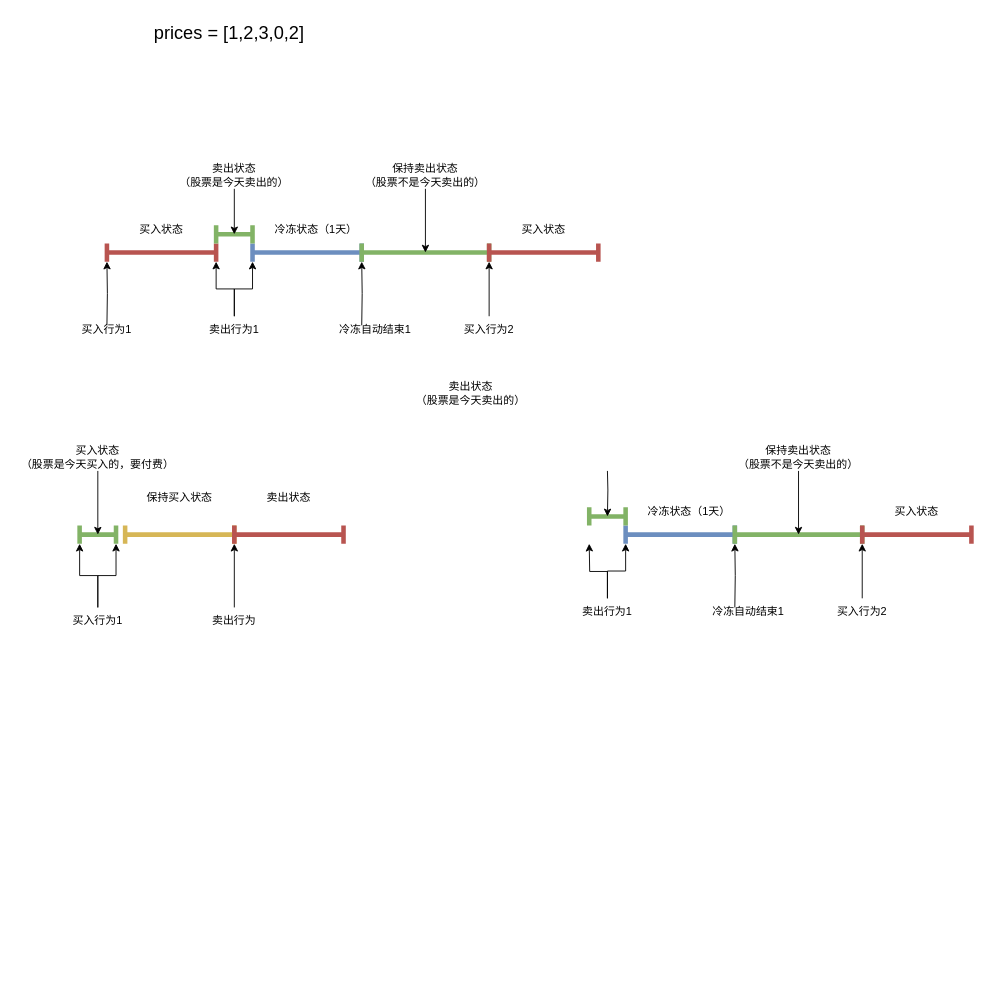
Above: 买卖股票的最佳时期含冷冻期.drawio in 177-Liukuan/algorithm (draw.io), before the change. Source tidied: cells renumbered, new cells numbered last; positions are measured from the earlier drawing's top-left corner, leaving out a move shared by most shapes. Both pictures are drawn from the tidied source at 91%, with x=0, y=0 at pixel (15, 15).
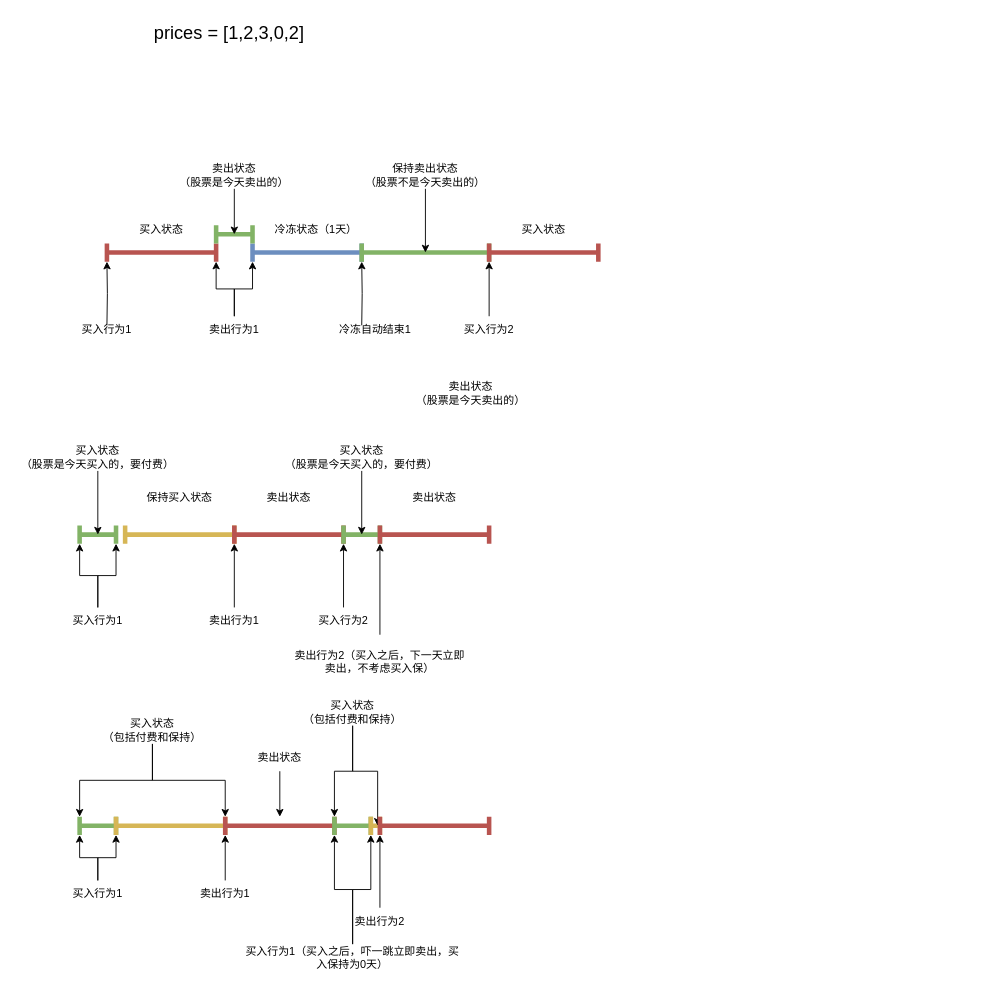
Above is the later version.

Commit message:
更新买卖股票的最佳时期含冷冻期.drawio

Change to the diagram source:
```diff
@@
-    <mxCell id="26" value="卖出行为1" style="text;html=1;align=center;verticalAlign=middle;whiteSpace=wrap;rounded=0;" parent="1" vertex="1">
-      <mxGeometry x="620" y="640" width="60" height="30" as="geometry" />
-    </mxCell>
-    <mxCell id="27" style="edgeStyle=orthogonalEdgeStyle;rounded=0;jettySize=auto;html=1;entryX=1;entryY=1;entryDx=0;entryDy=0;entryPerimeter=0;" parent="1" edge="1" source="26">
-      <mxGeometry relative="1" as="geometry">
-        <mxPoint x="630" y="580" as="targetPoint" />
-      </mxGeometry>
-    </mxCell>
@@
-    <mxCell id="29" style="shape=crossbar;whiteSpace=wrap;html=1;rounded=1;fillColor=#dae8fc;strokeColor=#6c8ebf;strokeWidth=5;" parent="1" vertex="1">
-      <mxGeometry x="670" y="560" width="120" height="20" as="geometry" />
-    </mxCell>
-    <mxCell id="30" style="edgeStyle=orthogonalEdgeStyle;rounded=0;jettySize=auto;html=1;entryX=1;entryY=1;entryDx=0;entryDy=0;entryPerimeter=0;" parent="1" edge="1" target="29">
-      <mxGeometry relative="1" as="geometry">
-        <mxPoint x="790" y="650" as="sourcePoint" />
-      </mxGeometry>
-    </mxCell>
-    <mxCell id="31" value="冷冻状态（1天）" style="text;html=1;align=center;verticalAlign=middle;whiteSpace=wrap;rounded=0;" parent="1" vertex="1">
-      <mxGeometry x="690" y="530" width="100" height="30" as="geometry" />
-    </mxCell>
-    <mxCell id="32" style="shape=crossbar;whiteSpace=wrap;html=1;rounded=1;fillColor=#d5e8d4;strokeColor=#82b366;strokeWidth=5;" parent="1" vertex="1">
-      <mxGeometry x="790" y="560" width="140" height="20" as="geometry" />
-    </mxCell>
-    <mxCell id="33" value="买入行为2" style="text;html=1;align=center;verticalAlign=middle;whiteSpace=wrap;rounded=0;" parent="1" vertex="1">
-      <mxGeometry x="900" y="640" width="60" height="30" as="geometry" />
-    </mxCell>
-    <mxCell id="34" value="保持卖出状态&lt;br&gt;（股票不是今天卖出的）" style="text;html=1;align=center;verticalAlign=middle;whiteSpace=wrap;rounded=0;" parent="1" vertex="1">
-      <mxGeometry x="790" y="470" width="140" height="30" as="geometry" />
-    </mxCell>
-    <mxCell id="35" style="edgeStyle=orthogonalEdgeStyle;rounded=0;jettySize=auto;html=1;entryX=1;entryY=1;entryDx=0;entryDy=0;entryPerimeter=0;" parent="1" edge="1" source="33" target="32">
-      <mxGeometry relative="1" as="geometry" />
-    </mxCell>
-    <mxCell id="36" style="edgeStyle=orthogonalEdgeStyle;rounded=0;jettySize=auto;html=1;entryX=0;entryY=1;entryDx=0;entryDy=0;entryPerimeter=0;" parent="1" edge="1" source="26" target="29">
-      <mxGeometry relative="1" as="geometry" />
-    </mxCell>
-    <mxCell id="37" value="冷冻自动结束1" style="text;html=1;align=center;verticalAlign=middle;whiteSpace=wrap;rounded=0;" parent="1" vertex="1">
-      <mxGeometry x="760" y="640" width="90" height="30" as="geometry" />
-    </mxCell>
-    <mxCell id="38" style="shape=crossbar;whiteSpace=wrap;html=1;rounded=1;fillColor=#d5e8d4;strokeColor=#82b366;strokeWidth=5;" parent="1" vertex="1">
-      <mxGeometry x="630" y="540" width="40" height="20" as="geometry" />
-    </mxCell>
-    <mxCell id="39" style="shape=crossbar;whiteSpace=wrap;html=1;rounded=1;fillColor=#f8cecc;strokeColor=#b85450;strokeWidth=5;" parent="1" vertex="1">
-      <mxGeometry x="930" y="560" width="120" height="20" as="geometry" />
-    </mxCell>
-    <mxCell id="40" value="买入状态" style="text;html=1;align=center;verticalAlign=middle;whiteSpace=wrap;rounded=0;" parent="1" vertex="1">
-      <mxGeometry x="960" y="530" width="60" height="30" as="geometry" />
-    </mxCell>
@@
-    <mxCell id="42" style="edgeStyle=orthogonalEdgeStyle;rounded=0;jettySize=auto;html=1;entryX=0.5;entryY=0.5;entryDx=0;entryDy=0;entryPerimeter=0;" parent="1" edge="1" target="38">
-      <mxGeometry relative="1" as="geometry">
-        <mxPoint x="650" y="500" as="sourcePoint" />
-      </mxGeometry>
-    </mxCell>
-    <mxCell id="43" style="edgeStyle=orthogonalEdgeStyle;rounded=0;jettySize=auto;html=1;entryX=0.5;entryY=0.5;entryDx=0;entryDy=0;entryPerimeter=0;" parent="1" edge="1" source="34" target="32">
-      <mxGeometry relative="1" as="geometry" />
-    </mxCell>
@@
-    <mxCell id="50" value="卖出行为" style="text;html=1;align=center;verticalAlign=middle;whiteSpace=wrap;rounded=0;" parent="1" vertex="1">
+    <mxCell id="50" value="卖出行为1" style="text;html=1;align=center;verticalAlign=middle;whiteSpace=wrap;rounded=0;" parent="1" vertex="1">
       <mxGeometry x="210" y="650" width="60" height="30" as="geometry" />
     </mxCell>
@@
+    <mxCell id="53" style="shape=crossbar;whiteSpace=wrap;html=1;rounded=1;fillColor=#d5e8d4;strokeColor=#82b366;strokeWidth=5;" parent="1" vertex="1">
+      <mxGeometry x="360" y="560" width="40" height="20" as="geometry" />
+    </mxCell>
+    <mxCell id="33" value="买入行为2" style="text;html=1;align=center;verticalAlign=middle;whiteSpace=wrap;rounded=0;" parent="1" vertex="1">
+      <mxGeometry x="330" y="650" width="60" height="30" as="geometry" />
+    </mxCell>
+    <mxCell id="54" style="edgeStyle=orthogonalEdgeStyle;rounded=0;jettySize=auto;html=1;entryX=0;entryY=1;entryDx=0;entryDy=0;entryPerimeter=0;" parent="1" edge="1" source="33" target="53">
+      <mxGeometry relative="1" as="geometry" />
+    </mxCell>
+    <mxCell id="55" style="shape=crossbar;whiteSpace=wrap;html=1;rounded=1;fillColor=#f8cecc;strokeColor=#b85450;strokeWidth=5;" parent="1" vertex="1">
+      <mxGeometry x="400" y="560" width="120" height="20" as="geometry" />
+    </mxCell>
+    <mxCell id="56" value="卖出行为2（买入之后，下一天立即卖出，不考虑买入保）" style="text;html=1;align=center;verticalAlign=middle;whiteSpace=wrap;rounded=0;" parent="1" vertex="1">
+      <mxGeometry x="300" y="680" width="200" height="60" as="geometry" />
+    </mxCell>
+    <mxCell id="57" style="edgeStyle=orthogonalEdgeStyle;rounded=0;jettySize=auto;html=1;entryX=0;entryY=1;entryDx=0;entryDy=0;entryPerimeter=0;" parent="1" edge="1" source="56" target="55">
+      <mxGeometry relative="1" as="geometry" />
+    </mxCell>
+    <mxCell id="58" value="卖出状态" style="text;html=1;align=center;verticalAlign=middle;whiteSpace=wrap;rounded=0;" parent="1" vertex="1">
+      <mxGeometry x="420" y="515" width="80" height="30" as="geometry" />
+    </mxCell>
+    <mxCell id="59" value="买入状态&lt;br&gt;（股票是今天买入的，要付费）" style="text;html=1;align=center;verticalAlign=middle;whiteSpace=wrap;rounded=0;" parent="1" vertex="1">
+      <mxGeometry x="290" y="470" width="180" height="30" as="geometry" />
+    </mxCell>
+    <mxCell id="60" style="edgeStyle=orthogonalEdgeStyle;rounded=0;jettySize=auto;html=1;entryX=0.5;entryY=0.5;entryDx=0;entryDy=0;entryPerimeter=0;" parent="1" edge="1" source="59" target="53">
+      <mxGeometry relative="1" as="geometry" />
+    </mxCell>
+    <mxCell id="61" style="shape=crossbar;whiteSpace=wrap;html=1;rounded=1;fillColor=#d5e8d4;strokeColor=#82b366;strokeWidth=5;" parent="1" vertex="1">
+      <mxGeometry x="70" y="880" width="40" height="20" as="geometry" />
+    </mxCell>
+    <mxCell id="62" style="shape=crossbar;whiteSpace=wrap;html=1;rounded=1;fillColor=#fff2cc;strokeColor=#d6b656;strokeWidth=5;" parent="1" vertex="1">
+      <mxGeometry x="110" y="880" width="120" height="20" as="geometry" />
+    </mxCell>
+    <mxCell id="63" value="买入行为1" style="text;html=1;align=center;verticalAlign=middle;whiteSpace=wrap;rounded=0;" parent="1" vertex="1">
+      <mxGeometry x="60" y="950" width="60" height="30" as="geometry" />
+    </mxCell>
+    <mxCell id="64" value="买入状态&lt;br&gt;（包括付费和保持）" style="text;html=1;align=center;verticalAlign=middle;whiteSpace=wrap;rounded=0;" parent="1" vertex="1">
+      <mxGeometry x="60" y="770" width="180" height="30" as="geometry" />
+    </mxCell>
+    <mxCell id="65" style="edgeStyle=orthogonalEdgeStyle;rounded=0;jettySize=auto;html=1;entryX=0;entryY=1;entryDx=0;entryDy=0;entryPerimeter=0;" parent="1" edge="1" source="63" target="61">
+      <mxGeometry relative="1" as="geometry" />
+    </mxCell>
+    <mxCell id="66" style="edgeStyle=orthogonalEdgeStyle;rounded=0;jettySize=auto;html=1;entryX=0;entryY=1;entryDx=0;entryDy=0;entryPerimeter=0;" parent="1" edge="1" source="63" target="62">
+      <mxGeometry relative="1" as="geometry" />
+    </mxCell>
+    <mxCell id="67" style="shape=crossbar;whiteSpace=wrap;html=1;rounded=1;fillColor=#f8cecc;strokeColor=#b85450;strokeWidth=5;" parent="1" vertex="1">
+      <mxGeometry x="230" y="880" width="120" height="20" as="geometry" />
+    </mxCell>
+    <mxCell id="26" value="卖出行为1" style="text;html=1;align=center;verticalAlign=middle;whiteSpace=wrap;rounded=0;" parent="1" vertex="1">
+      <mxGeometry x="200" y="950" width="60" height="30" as="geometry" />
+    </mxCell>
+    <mxCell id="68" style="edgeStyle=orthogonalEdgeStyle;rounded=0;jettySize=auto;html=1;entryX=0;entryY=1;entryDx=0;entryDy=0;entryPerimeter=0;" parent="1" edge="1" source="26" target="67">
+      <mxGeometry relative="1" as="geometry" />
+    </mxCell>
+    <mxCell id="69" style="edgeStyle=orthogonalEdgeStyle;rounded=0;jettySize=auto;html=1;" parent="1" edge="1" source="70" target="67">
+      <mxGeometry relative="1" as="geometry" />
+    </mxCell>
+    <mxCell id="70" value="卖出状态" style="text;html=1;align=center;verticalAlign=middle;whiteSpace=wrap;rounded=0;" parent="1" vertex="1">
+      <mxGeometry x="250" y="800" width="80" height="30" as="geometry" />
+    </mxCell>
+    <mxCell id="71" style="edgeStyle=orthogonalEdgeStyle;rounded=0;jettySize=auto;html=1;entryX=0;entryY=0;entryDx=0;entryDy=0;entryPerimeter=0;" parent="1" edge="1" source="64" target="61">
+      <mxGeometry relative="1" as="geometry" />
+    </mxCell>
+    <mxCell id="72" style="edgeStyle=orthogonalEdgeStyle;rounded=0;jettySize=auto;html=1;entryX=0;entryY=0;entryDx=0;entryDy=0;entryPerimeter=0;" parent="1" edge="1" source="64" target="67">
+      <mxGeometry relative="1" as="geometry" />
+    </mxCell>
+    <mxCell id="73" style="shape=crossbar;whiteSpace=wrap;html=1;rounded=1;fillColor=#d5e8d4;strokeColor=#82b366;strokeWidth=5;" parent="1" vertex="1">
+      <mxGeometry x="350" y="880" width="40" height="20" as="geometry" />
+    </mxCell>
+    <mxCell id="74" style="shape=crossbar;whiteSpace=wrap;html=1;rounded=1;fillColor=#fff2cc;strokeColor=#d6b656;strokeWidth=5;" parent="1" vertex="1">
+      <mxGeometry x="390" y="880" width="10" height="20" as="geometry" />
+    </mxCell>
+    <mxCell id="75" value="买入行为1（买入之后，吓一跳立即卖出，买入保持为0天）" style="text;html=1;align=center;verticalAlign=middle;whiteSpace=wrap;rounded=0;" parent="1" vertex="1">
+      <mxGeometry x="250" y="1020" width="240" height="30" as="geometry" />
+    </mxCell>
+    <mxCell id="76" value="买入状态&lt;br&gt;（包括付费和保持）" style="text;html=1;align=center;verticalAlign=middle;whiteSpace=wrap;rounded=0;" parent="1" vertex="1">
+      <mxGeometry x="280" y="750" width="180" height="30" as="geometry" />
+    </mxCell>
+    <mxCell id="77" style="edgeStyle=orthogonalEdgeStyle;rounded=0;jettySize=auto;html=1;entryX=0;entryY=1;entryDx=0;entryDy=0;entryPerimeter=0;" parent="1" edge="1" source="75" target="73">
+      <mxGeometry relative="1" as="geometry" />
+    </mxCell>
+    <mxCell id="78" style="edgeStyle=orthogonalEdgeStyle;rounded=0;jettySize=auto;html=1;entryX=0;entryY=1;entryDx=0;entryDy=0;entryPerimeter=0;" parent="1" edge="1" source="75" target="74">
+      <mxGeometry relative="1" as="geometry" />
+    </mxCell>
+    <mxCell id="79" value="卖出行为2" style="text;html=1;align=center;verticalAlign=middle;whiteSpace=wrap;rounded=0;" parent="1" vertex="1">
+      <mxGeometry x="370" y="980" width="60" height="30" as="geometry" />
+    </mxCell>
+    <mxCell id="80" style="edgeStyle=orthogonalEdgeStyle;rounded=0;jettySize=auto;html=1;entryX=0;entryY=0;entryDx=0;entryDy=0;entryPerimeter=0;" parent="1" edge="1" source="76" target="73">
+      <mxGeometry relative="1" as="geometry" />
+    </mxCell>
+    <mxCell id="81" style="edgeStyle=orthogonalEdgeStyle;rounded=0;jettySize=auto;html=1;entryX=0.75;entryY=0.5;entryDx=0;entryDy=0;entryPerimeter=0;" parent="1" edge="1" source="76" target="74">
+      <mxGeometry relative="1" as="geometry" />
+    </mxCell>
+    <mxCell id="82" style="shape=crossbar;whiteSpace=wrap;html=1;rounded=1;fillColor=#f8cecc;strokeColor=#b85450;strokeWidth=5;" parent="1" vertex="1">
+      <mxGeometry x="400" y="880" width="120" height="20" as="geometry" />
+    </mxCell>
+    <mxCell id="83" style="edgeStyle=orthogonalEdgeStyle;rounded=0;jettySize=auto;html=1;entryX=0;entryY=1;entryDx=0;entryDy=0;entryPerimeter=0;" parent="1" edge="1" source="79" target="82">
+      <mxGeometry relative="1" as="geometry" />
+    </mxCell>
```
